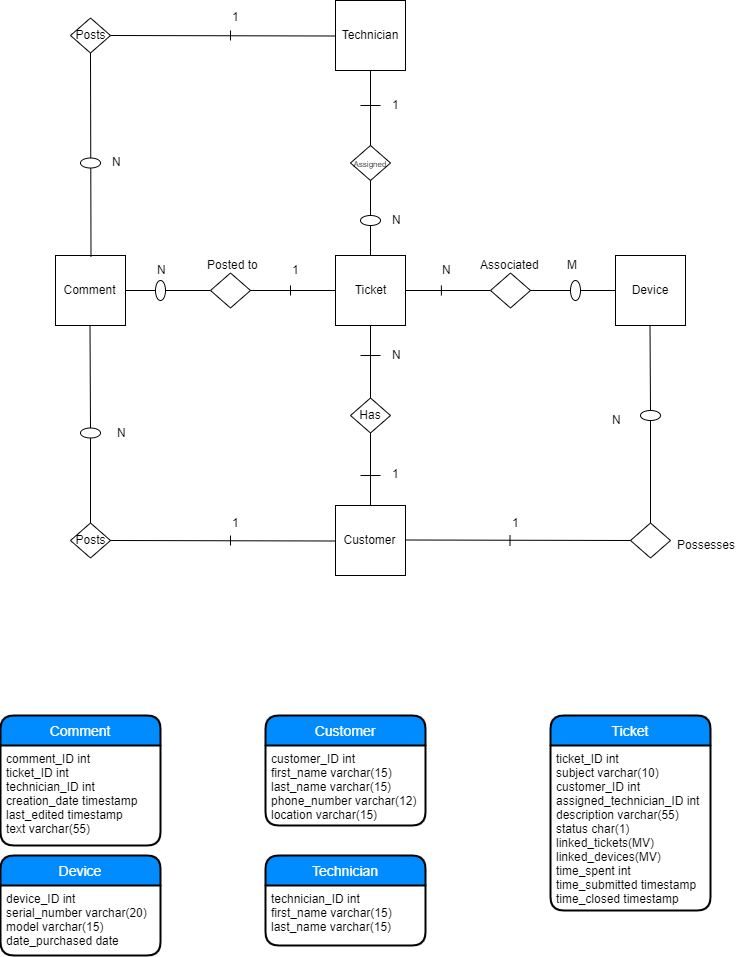
Above: sql/Ticketing-System Database Diagram.png in dhs43/TicketingSystem (draw.io), before the change. Source tidied: cells renumbered, new cells last; positions are measured from the earlier drawing's top-left corner, leaving out a move shared by most shapes. The source it was exported from:
```xml
<mxGraphModel>
  <root>
    <mxCell id="0" />
    <mxCell id="1" parent="0" />
    <mxCell id="2" value="Ticket" style="swimlane;horizontal=1;startSize=30;fillColor=#008cff;fontColor=#FFFFFF;rounded=1;fontSize=14;fontStyle=0;strokeWidth=2;shadow=0;dashed=0;align=center;" parent="1" vertex="1">
      <mxGeometry x="550" y="715" width="160" height="195" as="geometry" />
    </mxCell>
    <mxCell id="3" value="ticket_ID int&#10;subject varchar(10)&#10;customer_ID int&#10;assigned_technician_ID int&#10;description varchar(55)&#10;status char(1)&#10;linked_tickets(MV)&#10;linked_devices(MV)&#10;time_spent int&#10;time_submitted timestamp&#10;time_closed timestamp&#10;" style="align=left;strokeColor=none;fillColor=none;spacingLeft=4;fontSize=12;verticalAlign=top;" parent="2" vertex="1">
      <mxGeometry y="30" width="160" height="165" as="geometry" />
    </mxCell>
    <mxCell id="4" value="Comment" style="swimlane;horizontal=1;startSize=30;fillColor=#008cff;fontColor=#FFFFFF;rounded=1;fontSize=14;fontStyle=0;strokeWidth=2;shadow=0;dashed=0;align=center;" parent="1" vertex="1">
      <mxGeometry y="715" width="160" height="130" as="geometry" />
    </mxCell>
    <mxCell id="5" value="comment_ID int&#10;ticket_ID int&#10;technician_ID int&#10;creation_date timestamp&#10;last_edited timestamp&#10;text varchar(55)" style="align=left;strokeColor=none;fillColor=none;spacingLeft=4;fontSize=12;verticalAlign=top;" parent="4" vertex="1">
      <mxGeometry y="30" width="160" height="100" as="geometry" />
    </mxCell>
    <mxCell id="6" value="Customer" style="swimlane;horizontal=1;startSize=30;fillColor=#008cff;fontColor=#FFFFFF;rounded=1;fontSize=14;fontStyle=0;strokeWidth=2;shadow=0;dashed=0;align=center;" parent="1" vertex="1">
      <mxGeometry x="265" y="715" width="160" height="110" as="geometry" />
    </mxCell>
    <mxCell id="7" value="customer_ID int&#10;first_name varchar(15)&#10;last_name varchar(15)&#10;phone_number varchar(12)&#10;location varchar(15)" style="align=left;strokeColor=none;fillColor=none;spacingLeft=4;fontSize=12;verticalAlign=top;" parent="6" vertex="1">
      <mxGeometry y="30" width="160" height="80" as="geometry" />
    </mxCell>
    <mxCell id="8" value="Technician" style="swimlane;horizontal=1;startSize=30;fillColor=#008cff;fontColor=#FFFFFF;rounded=1;fontSize=14;fontStyle=0;strokeWidth=2;shadow=0;dashed=0;align=center;" parent="1" vertex="1">
      <mxGeometry x="265" y="855" width="160" height="90" as="geometry" />
    </mxCell>
    <mxCell id="9" value="technician_ID int&#10;first_name varchar(15)&#10;last_name varchar(15)" style="align=left;strokeColor=none;fillColor=none;spacingLeft=4;fontSize=12;verticalAlign=top;" parent="8" vertex="1">
      <mxGeometry y="30" width="160" height="60" as="geometry" />
    </mxCell>
    <mxCell id="10" value="Device" style="swimlane;horizontal=1;startSize=30;fillColor=#008cff;fontColor=#FFFFFF;rounded=1;fontSize=14;fontStyle=0;strokeWidth=2;shadow=0;dashed=0;align=center;" parent="1" vertex="1">
      <mxGeometry y="855" width="160" height="100" as="geometry" />
    </mxCell>
    <mxCell id="11" value="device_ID int&#10;serial_number varchar(20)&#10;model varchar(15)&#10;date_purchased date" style="align=left;strokeColor=none;fillColor=none;spacingLeft=4;fontSize=12;verticalAlign=top;" parent="10" vertex="1">
      <mxGeometry y="30" width="160" height="70" as="geometry" />
    </mxCell>
    <mxCell id="12" value="Ticket" style="whiteSpace=wrap;html=1;" parent="1" vertex="1">
      <mxGeometry x="335" y="255" width="70" height="70" as="geometry" />
    </mxCell>
    <mxCell id="13" value="Comment" style="whiteSpace=wrap;html=1;" parent="1" vertex="1">
      <mxGeometry x="55" y="255" width="70" height="70" as="geometry" />
    </mxCell>
    <mxCell id="14" value="Technician" style="whiteSpace=wrap;html=1;" parent="1" vertex="1">
      <mxGeometry x="335" width="70" height="70" as="geometry" />
    </mxCell>
    <mxCell id="15" value="Customer" style="whiteSpace=wrap;html=1;" parent="1" vertex="1">
      <mxGeometry x="335" y="505" width="70" height="70" as="geometry" />
    </mxCell>
    <mxCell id="16" value="Device" style="whiteSpace=wrap;html=1;" parent="1" vertex="1">
      <mxGeometry x="615" y="255" width="70" height="70" as="geometry" />
    </mxCell>
    <mxCell id="17" style="endArrow=none;html=1;exitX=1;exitY=0.5;exitDx=0;exitDy=0;" parent="1" edge="1" source="12">
      <mxGeometry relative="1" as="geometry">
        <mxPoint x="490" y="290" as="targetPoint" />
      </mxGeometry>
    </mxCell>
    <mxCell id="18" style="rhombus;whiteSpace=wrap;html=1;" parent="1" vertex="1">
      <mxGeometry x="490" y="272.5" width="40" height="35" as="geometry" />
    </mxCell>
    <mxCell id="19" style="endArrow=none;html=1;exitX=1;exitY=0.5;exitDx=0;exitDy=0;" parent="1" edge="1" source="33">
      <mxGeometry relative="1" as="geometry">
        <mxPoint x="615" y="290" as="targetPoint" />
      </mxGeometry>
    </mxCell>
    <mxCell id="20" style="endArrow=none;html=1;exitX=1;exitY=0.5;exitDx=0;exitDy=0;" parent="1" edge="1" source="35">
      <mxGeometry relative="1" as="geometry">
        <mxPoint x="210" y="290" as="targetPoint" />
      </mxGeometry>
    </mxCell>
    <mxCell id="21" style="rhombus;whiteSpace=wrap;html=1;" parent="1" vertex="1">
      <mxGeometry x="210" y="272.5" width="40" height="35" as="geometry" />
    </mxCell>
    <mxCell id="22" style="endArrow=none;html=1;exitX=1;exitY=0.5;exitDx=0;exitDy=0;" parent="1" edge="1">
      <mxGeometry relative="1" as="geometry">
        <mxPoint x="250" y="290" as="sourcePoint" />
        <mxPoint x="335" y="290" as="targetPoint" />
      </mxGeometry>
    </mxCell>
    <mxCell id="23" value="Has" style="rhombus;whiteSpace=wrap;html=1;" parent="1" vertex="1">
      <mxGeometry x="350" y="397.5" width="40" height="35" as="geometry" />
    </mxCell>
    <mxCell id="24" value="&lt;font style=&quot;font-size: 8px&quot;&gt;Assigned&lt;/font&gt;" style="rhombus;whiteSpace=wrap;html=1;" parent="1" vertex="1">
      <mxGeometry x="350" y="145" width="40" height="35" as="geometry" />
    </mxCell>
    <mxCell id="25" style="endArrow=none;html=1;entryX=0.5;entryY=1;entryDx=0;entryDy=0;exitX=0.5;exitY=0;exitDx=0;exitDy=0;" parent="1" edge="1" source="23" target="12">
      <mxGeometry relative="1" as="geometry" />
    </mxCell>
    <mxCell id="26" style="endArrow=none;html=1;entryX=0.5;entryY=1;entryDx=0;entryDy=0;exitX=0.5;exitY=0;exitDx=0;exitDy=0;" parent="1" edge="1">
      <mxGeometry relative="1" as="geometry">
        <mxPoint x="370" y="505" as="sourcePoint" />
        <mxPoint x="370" y="432.5" as="targetPoint" />
      </mxGeometry>
    </mxCell>
    <mxCell id="27" style="endArrow=none;html=1;exitX=0.5;exitY=0;exitDx=0;exitDy=0;" parent="1" edge="1" target="24">
      <mxGeometry relative="1" as="geometry">
        <mxPoint x="370" y="255" as="sourcePoint" />
      </mxGeometry>
    </mxCell>
    <mxCell id="28" style="endArrow=none;html=1;exitX=0.5;exitY=0;exitDx=0;exitDy=0;" parent="1" edge="1">
      <mxGeometry relative="1" as="geometry">
        <mxPoint x="370" y="145" as="sourcePoint" />
        <mxPoint x="370" y="70" as="targetPoint" />
      </mxGeometry>
    </mxCell>
    <mxCell id="29" style="endArrow=none;html=1;" parent="1" edge="1">
      <mxGeometry relative="1" as="geometry">
        <mxPoint x="380" y="105" as="sourcePoint" />
        <mxPoint x="360" y="105" as="targetPoint" />
      </mxGeometry>
    </mxCell>
    <mxCell id="30" style="endArrow=none;html=1;" parent="1" edge="1">
      <mxGeometry relative="1" as="geometry">
        <mxPoint x="380" y="475" as="sourcePoint" />
        <mxPoint x="360" y="475" as="targetPoint" />
      </mxGeometry>
    </mxCell>
    <mxCell id="31" style="ellipse;whiteSpace=wrap;html=1;" parent="1" vertex="1">
      <mxGeometry x="360" y="215" width="20" height="10" as="geometry" />
    </mxCell>
    <mxCell id="32" style="endArrow=none;html=1;" parent="1" edge="1">
      <mxGeometry relative="1" as="geometry">
        <mxPoint x="380" y="355" as="sourcePoint" />
        <mxPoint x="360" y="355" as="targetPoint" />
      </mxGeometry>
    </mxCell>
    <mxCell id="33" style="ellipse;whiteSpace=wrap;html=1;" parent="1" vertex="1">
      <mxGeometry x="570" y="280" width="10" height="20" as="geometry" />
    </mxCell>
    <mxCell id="34" style="endArrow=none;html=1;exitX=1;exitY=0.5;exitDx=0;exitDy=0;" parent="1" edge="1" target="33">
      <mxGeometry relative="1" as="geometry">
        <mxPoint x="530" y="290" as="sourcePoint" />
      </mxGeometry>
    </mxCell>
    <mxCell id="35" style="ellipse;whiteSpace=wrap;html=1;" parent="1" vertex="1">
      <mxGeometry x="155" y="280" width="10" height="20" as="geometry" />
    </mxCell>
    <mxCell id="36" style="endArrow=none;html=1;exitX=1;exitY=0.5;exitDx=0;exitDy=0;" parent="1" edge="1" target="35">
      <mxGeometry relative="1" as="geometry">
        <mxPoint x="125" y="290" as="sourcePoint" />
      </mxGeometry>
    </mxCell>
    <mxCell id="37" style="endArrow=none;html=1;" parent="1" edge="1">
      <mxGeometry relative="1" as="geometry">
        <mxPoint x="290" y="295" as="sourcePoint" />
        <mxPoint x="290" y="285" as="targetPoint" />
      </mxGeometry>
    </mxCell>
    <mxCell id="38" style="endArrow=none;html=1;" parent="1" edge="1">
      <mxGeometry relative="1" as="geometry">
        <mxPoint x="440.9" y="295" as="sourcePoint" />
        <mxPoint x="440.9" y="285" as="targetPoint" />
      </mxGeometry>
    </mxCell>
    <mxCell id="39" value="N" style="text;html=1;align=left;verticalAlign=top;spacingTop=-4;" parent="1" vertex="1">
      <mxGeometry x="440" y="260" width="20" height="10" as="geometry" />
    </mxCell>
    <mxCell id="40" value="M" style="text;html=1;align=left;verticalAlign=top;spacingTop=-4;" parent="1" vertex="1">
      <mxGeometry x="565" y="255" width="30" height="10" as="geometry" />
    </mxCell>
    <mxCell id="41" value="1" style="text;html=1;align=left;verticalAlign=top;spacingTop=-4;" parent="1" vertex="1">
      <mxGeometry x="290" y="260" width="20" height="10" as="geometry" />
    </mxCell>
    <mxCell id="42" value="N" style="text;html=1;align=left;verticalAlign=top;spacingTop=-4;" parent="1" vertex="1">
      <mxGeometry x="155" y="260" width="20" height="10" as="geometry" />
    </mxCell>
    <mxCell id="43" value="1" style="text;html=1;align=left;verticalAlign=top;spacingTop=-4;" parent="1" vertex="1">
      <mxGeometry x="390" y="464" width="20" height="10" as="geometry" />
    </mxCell>
    <mxCell id="44" value="N" style="text;html=1;align=left;verticalAlign=top;spacingTop=-4;" parent="1" vertex="1">
      <mxGeometry x="390" y="345" width="20" height="10" as="geometry" />
    </mxCell>
    <mxCell id="45" value="1" style="text;html=1;align=left;verticalAlign=top;spacingTop=-4;" parent="1" vertex="1">
      <mxGeometry x="390" y="95" width="20" height="10" as="geometry" />
    </mxCell>
    <mxCell id="46" value="N" style="text;html=1;align=left;verticalAlign=top;spacingTop=-4;" parent="1" vertex="1">
      <mxGeometry x="390" y="210" width="20" height="10" as="geometry" />
    </mxCell>
    <mxCell id="47" value="Posts" style="rhombus;whiteSpace=wrap;html=1;" parent="1" vertex="1">
      <mxGeometry x="70" y="522.5" width="40" height="35" as="geometry" />
    </mxCell>
    <mxCell id="48" value="Posts" style="rhombus;whiteSpace=wrap;html=1;" parent="1" vertex="1">
      <mxGeometry x="70" y="17.5" width="40" height="35" as="geometry" />
    </mxCell>
    <mxCell id="49" style="rhombus;whiteSpace=wrap;html=1;" parent="1" vertex="1">
      <mxGeometry x="630" y="522.5" width="40" height="35" as="geometry" />
    </mxCell>
    <mxCell id="50" style="endArrow=none;html=1;exitX=1;exitY=0.5;exitDx=0;exitDy=0;entryX=0;entryY=0.5;entryDx=0;entryDy=0;" parent="1" edge="1" target="49">
      <mxGeometry relative="1" as="geometry">
        <mxPoint x="405" y="539.5" as="sourcePoint" />
      </mxGeometry>
    </mxCell>
    <mxCell id="51" style="endArrow=none;html=1;entryX=0.5;entryY=1;entryDx=0;entryDy=0;exitX=0.5;exitY=0;exitDx=0;exitDy=0;" parent="1" edge="1" source="59">
      <mxGeometry relative="1" as="geometry">
        <mxPoint x="649.5" y="325" as="targetPoint" />
      </mxGeometry>
    </mxCell>
    <mxCell id="52" style="endArrow=none;html=1;exitX=1;exitY=0.5;exitDx=0;exitDy=0;entryX=0;entryY=0.5;entryDx=0;entryDy=0;" parent="1" edge="1">
      <mxGeometry relative="1" as="geometry">
        <mxPoint x="110" y="540" as="sourcePoint" />
        <mxPoint x="335" y="540.5" as="targetPoint" />
      </mxGeometry>
    </mxCell>
    <mxCell id="53" style="endArrow=none;html=1;entryX=0.5;entryY=1;entryDx=0;entryDy=0;exitX=0.5;exitY=0;exitDx=0;exitDy=0;" parent="1" edge="1" source="57">
      <mxGeometry relative="1" as="geometry">
        <mxPoint x="89.5" y="325" as="targetPoint" />
      </mxGeometry>
    </mxCell>
    <mxCell id="54" style="endArrow=none;html=1;exitX=1;exitY=0.5;exitDx=0;exitDy=0;entryX=0;entryY=0.5;entryDx=0;entryDy=0;" parent="1" edge="1">
      <mxGeometry relative="1" as="geometry">
        <mxPoint x="110" y="35" as="sourcePoint" />
        <mxPoint x="335" y="35.5" as="targetPoint" />
      </mxGeometry>
    </mxCell>
    <mxCell id="55" style="endArrow=none;html=1;entryX=0.5;entryY=1;entryDx=0;entryDy=0;exitX=0.5;exitY=0;exitDx=0;exitDy=0;" parent="1" edge="1" target="48">
      <mxGeometry relative="1" as="geometry">
        <mxPoint x="90.5" y="256" as="sourcePoint" />
      </mxGeometry>
    </mxCell>
    <mxCell id="56" style="ellipse;whiteSpace=wrap;html=1;" parent="1" vertex="1">
      <mxGeometry x="80" y="157.5" width="20" height="10" as="geometry" />
    </mxCell>
    <mxCell id="57" style="ellipse;whiteSpace=wrap;html=1;" parent="1" vertex="1">
      <mxGeometry x="80" y="427.5" width="20" height="10" as="geometry" />
    </mxCell>
    <mxCell id="58" style="endArrow=none;html=1;entryX=0.5;entryY=1;entryDx=0;entryDy=0;exitX=0.5;exitY=0;exitDx=0;exitDy=0;" parent="1" edge="1" target="57">
      <mxGeometry relative="1" as="geometry">
        <mxPoint x="90" y="522.5" as="sourcePoint" />
      </mxGeometry>
    </mxCell>
    <mxCell id="59" style="ellipse;whiteSpace=wrap;html=1;" parent="1" vertex="1">
      <mxGeometry x="640" y="410" width="20" height="10" as="geometry" />
    </mxCell>
    <mxCell id="60" style="endArrow=none;html=1;entryX=0.5;entryY=1;entryDx=0;entryDy=0;exitX=0.5;exitY=0;exitDx=0;exitDy=0;" parent="1" edge="1" source="49" target="59">
      <mxGeometry relative="1" as="geometry" />
    </mxCell>
    <mxCell id="61" style="endArrow=none;html=1;" parent="1" edge="1">
      <mxGeometry relative="1" as="geometry">
        <mxPoint x="230" y="40" as="sourcePoint" />
        <mxPoint x="230" y="30" as="targetPoint" />
      </mxGeometry>
    </mxCell>
    <mxCell id="62" style="endArrow=none;html=1;" parent="1" edge="1">
      <mxGeometry relative="1" as="geometry">
        <mxPoint x="230" y="545" as="sourcePoint" />
        <mxPoint x="230" y="535" as="targetPoint" />
      </mxGeometry>
    </mxCell>
    <mxCell id="63" style="endArrow=none;html=1;" parent="1" edge="1">
      <mxGeometry relative="1" as="geometry">
        <mxPoint x="509.5" y="545" as="sourcePoint" />
        <mxPoint x="509.5" y="535" as="targetPoint" />
      </mxGeometry>
    </mxCell>
    <mxCell id="64" value="1" style="text;html=1;align=left;verticalAlign=top;spacingTop=-4;" parent="1" vertex="1">
      <mxGeometry x="230" y="512.5" width="20" height="10" as="geometry" />
    </mxCell>
    <mxCell id="65" value="N" style="text;html=1;align=left;verticalAlign=top;spacingTop=-4;" parent="1" vertex="1">
      <mxGeometry x="115" y="422.5" width="20" height="10" as="geometry" />
    </mxCell>
    <mxCell id="66" value="N" style="text;html=1;align=left;verticalAlign=top;spacingTop=-4;" parent="1" vertex="1">
      <mxGeometry x="110" y="152.5" width="20" height="10" as="geometry" />
    </mxCell>
    <mxCell id="67" value="1" style="text;html=1;align=left;verticalAlign=top;spacingTop=-4;" parent="1" vertex="1">
      <mxGeometry x="230" y="7.5" width="20" height="10" as="geometry" />
    </mxCell>
    <mxCell id="68" value="N" style="text;html=1;align=left;verticalAlign=top;spacingTop=-4;" parent="1" vertex="1">
      <mxGeometry x="610" y="410" width="20" height="10" as="geometry" />
    </mxCell>
    <mxCell id="69" value="1" style="text;html=1;align=left;verticalAlign=top;spacingTop=-4;" parent="1" vertex="1">
      <mxGeometry x="510" y="512.5" width="20" height="10" as="geometry" />
    </mxCell>
    <mxCell id="70" value="Associated" style="text;html=1;align=left;verticalAlign=top;spacingTop=-4;" parent="1" vertex="1">
      <mxGeometry x="477.5" y="255" width="70" height="10" as="geometry" />
    </mxCell>
    <mxCell id="71" value="Possesses" style="text;html=1;align=left;verticalAlign=top;spacingTop=-4;" parent="1" vertex="1">
      <mxGeometry x="675" y="535" width="70" height="10" as="geometry" />
    </mxCell>
    <mxCell id="72" value="Posted to" style="text;html=1;align=left;verticalAlign=top;spacingTop=-4;" parent="1" vertex="1">
      <mxGeometry x="205" y="255" width="70" height="10" as="geometry" />
    </mxCell>
  </root>
</mxGraphModel>
```
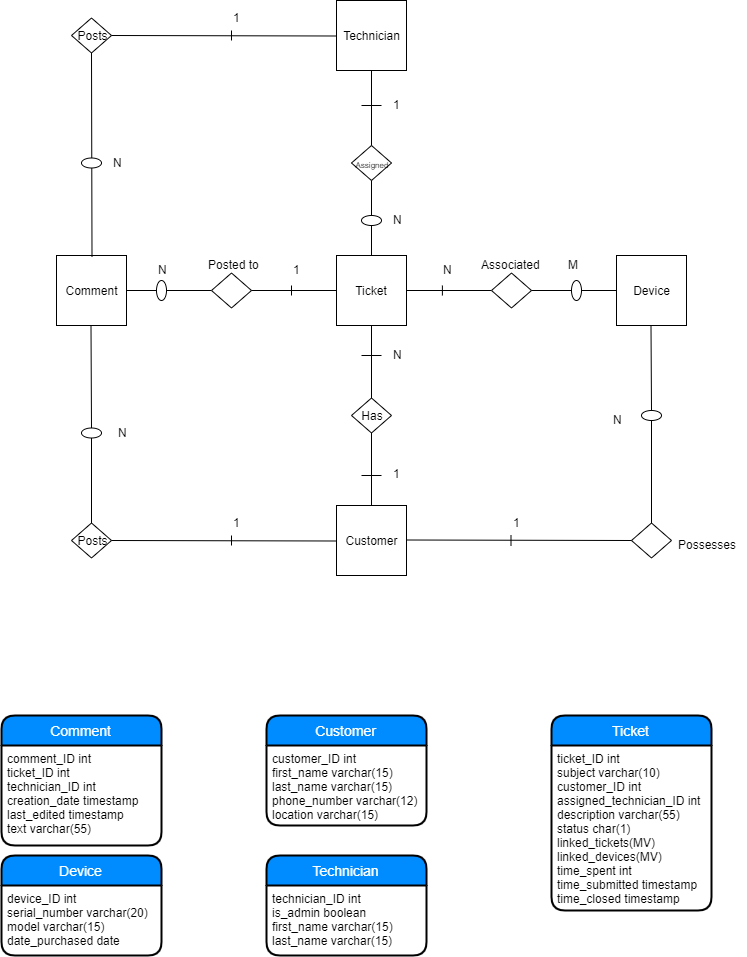
Above is the later version.

Commit message:
edited technician table to contain is_admin field

The edit, as a diff of the source:
```diff
@@ -21,10 +21,10 @@
       <mxGeometry y="30" width="160" height="80" as="geometry" />
     </mxCell>
     <mxCell id="8" value="Technician" style="swimlane;horizontal=1;startSize=30;fillColor=#008cff;fontColor=#FFFFFF;rounded=1;fontSize=14;fontStyle=0;strokeWidth=2;shadow=0;dashed=0;align=center;" parent="1" vertex="1">
-      <mxGeometry x="265" y="855" width="160" height="90" as="geometry" />
+      <mxGeometry x="265" y="855" width="160" height="100" as="geometry" />
     </mxCell>
-    <mxCell id="9" value="technician_ID int&#10;first_name varchar(15)&#10;last_name varchar(15)" style="align=left;strokeColor=none;fillColor=none;spacingLeft=4;fontSize=12;verticalAlign=top;" parent="8" vertex="1">
-      <mxGeometry y="30" width="160" height="60" as="geometry" />
+    <mxCell id="9" value="technician_ID int&#10;is_admin boolean&#10;first_name varchar(15)&#10;last_name varchar(15)" style="align=left;strokeColor=none;fillColor=none;spacingLeft=4;fontSize=12;verticalAlign=top;" parent="8" vertex="1">
+      <mxGeometry y="30" width="160" height="70" as="geometry" />
     </mxCell>
     <mxCell id="10" value="Device" style="swimlane;horizontal=1;startSize=30;fillColor=#008cff;fontColor=#FFFFFF;rounded=1;fontSize=14;fontStyle=0;strokeWidth=2;shadow=0;dashed=0;align=center;" parent="1" vertex="1">
       <mxGeometry y="855" width="160" height="100" as="geometry" />
```
